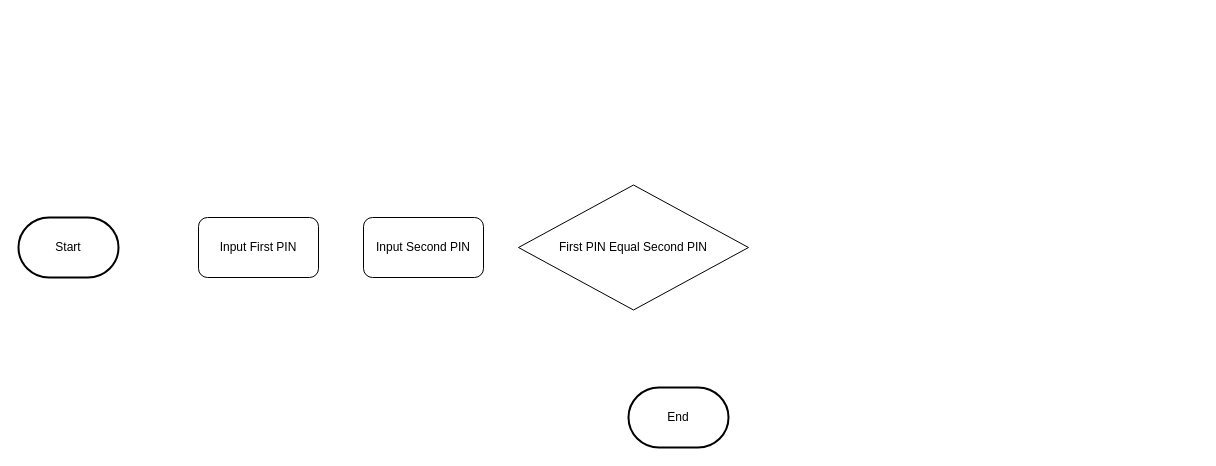
The draw.io diagram DOCUMENTS/FLOW_CHART/Untitled Diagram.drawio in wadewilsonex/bitriel-wallet, before the edit. Source tidied: cells renumbered, new cells numbered last; positions are measured from the earlier drawing's top-left corner, leaving out a move shared by most shapes. Both pictures are drawn from the tidied source at 100%, with x=0, y=0 at pixel (18, 185).
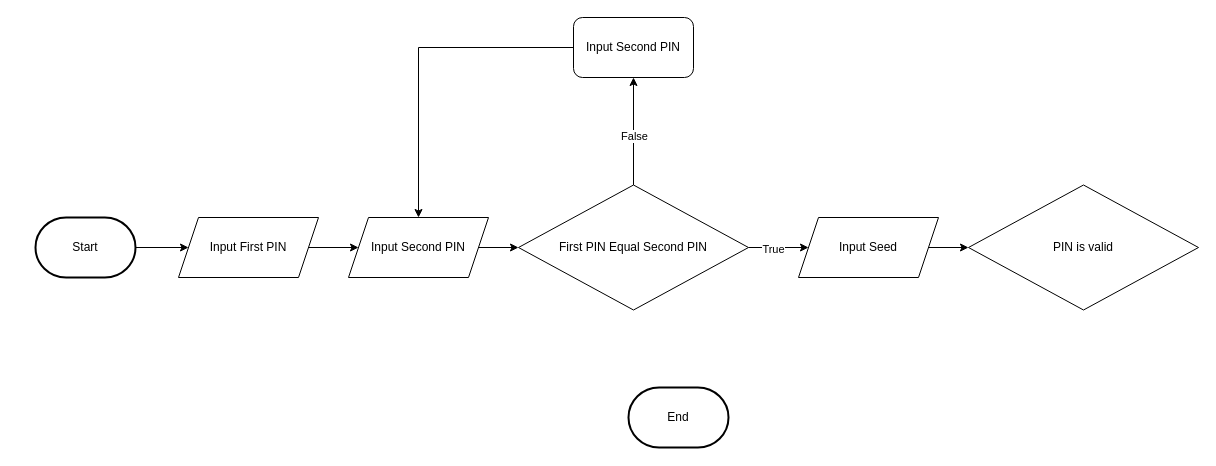
Above is the later version.

Change to the diagram source:
```diff
@@
 <mxGraphModel>
   <root>
     <mxCell id="0" />
     <mxCell id="1" parent="0" />
+    <mxCell id="7" style="edgeStyle=orthogonalEdgeStyle;rounded=0;jettySize=auto;html=1;entryX=0;entryY=0.5;entryDx=0;entryDy=0;" parent="1" edge="1" source="2" target="4">
+      <mxGeometry relative="1" as="geometry" />
+    </mxCell>
     <mxCell id="2" value="Start" style="strokeWidth=2;html=1;shape=mxgraph.flowchart.terminator;whiteSpace=wrap;" parent="1" vertex="1">
-      <mxGeometry y="32" width="100" height="60" as="geometry" />
+      <mxGeometry x="17" y="32" width="100" height="60" as="geometry" />
     </mxCell>
     <mxCell id="3" value="End" style="strokeWidth=2;html=1;shape=mxgraph.flowchart.terminator;whiteSpace=wrap;" parent="1" vertex="1">
       <mxGeometry x="610" y="202" width="100" height="60" as="geometry" />
     </mxCell>
+    <mxCell id="8" style="edgeStyle=orthogonalEdgeStyle;rounded=0;jettySize=auto;html=1;entryX=0.5;entryY=1;entryDx=0;entryDy=0;" parent="1" edge="1" source="6" target="5">
+      <mxGeometry relative="1" as="geometry" />
+    </mxCell>
+    <mxCell id="9" value="False" style="edgeLabel;html=1;align=center;verticalAlign=middle;" parent="8" vertex="1">
+      <mxGeometry x="-0.08" relative="1" as="geometry" />
+    </mxCell>
+    <mxCell id="10" style="edgeStyle=orthogonalEdgeStyle;rounded=0;jettySize=auto;html=1;exitX=1;exitY=0.5;exitDx=0;exitDy=0;entryX=0;entryY=0.5;entryDx=0;entryDy=0;" parent="1" edge="1" source="6" target="18">
+      <mxGeometry relative="1" as="geometry" />
+    </mxCell>
+    <mxCell id="11" value="True" style="edgeLabel;html=1;align=center;verticalAlign=middle;" parent="10" vertex="1">
+      <mxGeometry x="-0.19" y="-1" relative="1" as="geometry" />
+    </mxCell>
+    <mxCell id="6" value="First PIN Equal Second PIN" style="rhombus;whiteSpace=wrap;html=1;" parent="1" vertex="1">
+      <mxGeometry x="500" y="-0.5" width="230" height="125" as="geometry" />
+    </mxCell>
+    <mxCell id="12" style="edgeStyle=orthogonalEdgeStyle;rounded=0;jettySize=auto;html=1;entryX=0.5;entryY=0;entryDx=0;entryDy=0;" parent="1" edge="1" source="5" target="15">
+      <mxGeometry relative="1" as="geometry" />
+    </mxCell>
+    <mxCell id="5" value="Input Second PIN" style="rounded=1;whiteSpace=wrap;html=1;" parent="1" vertex="1">
+      <mxGeometry x="555" y="-168" width="120" height="60" as="geometry" />
+    </mxCell>
+    <mxCell id="13" value="PIN is valid" style="rhombus;whiteSpace=wrap;html=1;" parent="1" vertex="1">
+      <mxGeometry x="950" y="-0.5" width="230" height="125" as="geometry" />
+    </mxCell>
+    <mxCell id="14" style="edgeStyle=orthogonalEdgeStyle;rounded=0;jettySize=auto;html=1;entryX=0;entryY=0.5;entryDx=0;entryDy=0;" parent="1" edge="1" source="15" target="6">
+      <mxGeometry relative="1" as="geometry" />
+    </mxCell>
+    <mxCell id="15" value="Input Second PIN" style="shape=parallelogram;perimeter=parallelogramPerimeter;whiteSpace=wrap;html=1;fixedSize=1;" parent="1" vertex="1">
+      <mxGeometry x="330" y="32" width="140" height="60" as="geometry" />
+    </mxCell>
+    <mxCell id="16" style="edgeStyle=orthogonalEdgeStyle;rounded=0;jettySize=auto;html=1;exitX=1;exitY=0.5;exitDx=0;exitDy=0;entryX=0;entryY=0.5;entryDx=0;entryDy=0;" parent="1" edge="1" source="4" target="15">
+      <mxGeometry relative="1" as="geometry" />
+    </mxCell>
-    <mxCell id="4" value="Input First PIN" style="rounded=1;whiteSpace=wrap;html=1;" parent="1" vertex="1">
-      <mxGeometry x="180" y="32" width="120" height="60" as="geometry" />
+    <mxCell id="4" value="Input First PIN" style="shape=parallelogram;perimeter=parallelogramPerimeter;whiteSpace=wrap;html=1;fixedSize=1;" parent="1" vertex="1">
+      <mxGeometry x="160" y="32" width="140" height="60" as="geometry" />
     </mxCell>
-    <mxCell id="5" value="Input Second PIN" style="rounded=1;whiteSpace=wrap;html=1;" parent="1" vertex="1">
-      <mxGeometry x="345" y="32" width="120" height="60" as="geometry" />
-    </mxCell>
-    <mxCell id="6" value="First PIN Equal Second PIN" style="rhombus;whiteSpace=wrap;html=1;" parent="1" vertex="1">
-      <mxGeometry x="500" y="-0.5" width="230" height="125" as="geometry" />
-    </mxCell>
+    <mxCell id="17" style="edgeStyle=orthogonalEdgeStyle;rounded=0;jettySize=auto;html=1;entryX=0;entryY=0.5;entryDx=0;entryDy=0;" parent="1" edge="1" source="18" target="13">
+      <mxGeometry relative="1" as="geometry" />
+    </mxCell>
+    <mxCell id="18" value="Input Seed" style="shape=parallelogram;perimeter=parallelogramPerimeter;whiteSpace=wrap;html=1;fixedSize=1;" parent="1" vertex="1">
+      <mxGeometry x="780" y="32" width="140" height="60" as="geometry" />
+    </mxCell>
   </root>
 </mxGraphModel>
```
